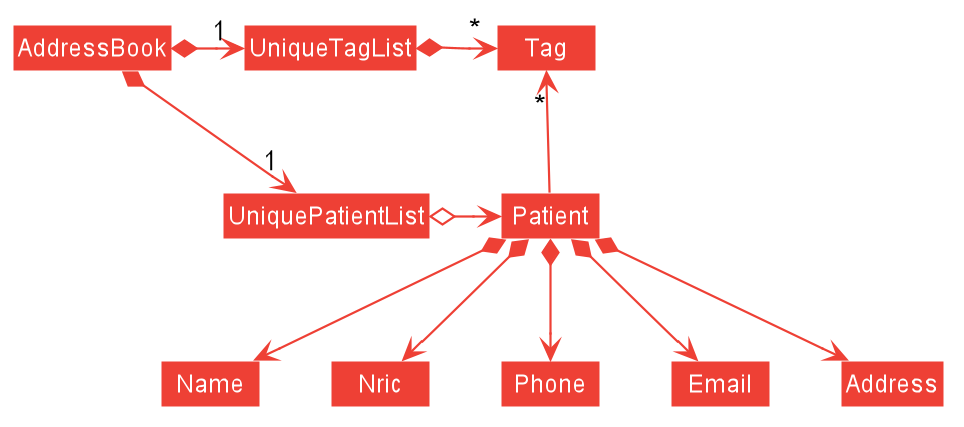
Above: docs/images/UML_Diagrams/BetterModelClassDiagram.png in nus-cs2103-AY2021S1/tp (PlantUML), before the change.
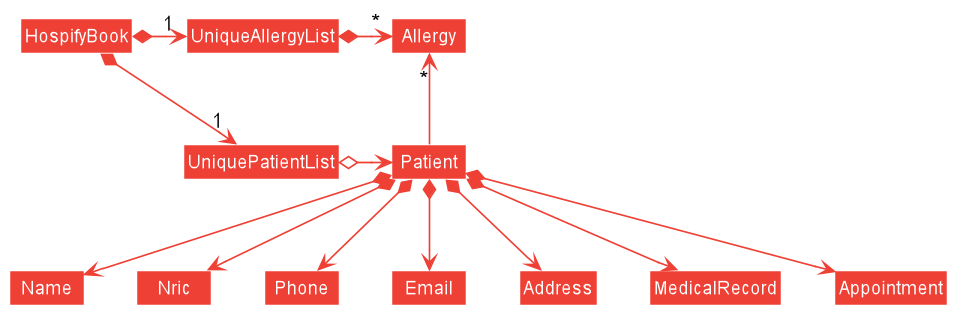
After the commit.

The edit, as a diff of the source:
```diff
@@ -51,19 +51,21 @@
 skinparam arrowColor #ee4035
 skinparam classBackgroundColor #ee4035
 
-AddressBook *-right-> "1" UniquePatientList
-AddressBook *-right-> "1" UniqueTagList
-UniqueTagList -[hidden]down- UniquePatientList
-UniqueTagList -[hidden]down- UniquePatientList
+HospifyBook *-right-> "1" UniquePatientList
+HospifyBook *-right-> "1" UniqueAllergyList
+UniqueAllergyList -[hidden]down- UniquePatientList
+UniqueAllergyList -[hidden]down- UniquePatientList
 
-UniqueTagList *-right-> "*" Tag
+UniqueAllergyList *-right-> "*" Allergy
 UniquePatientList o-right-> Patient
 
-Patient -up-> "*" Tag
+Patient -up-> "*" Allergy
 
 Patient *--> Name
 Patient *--> Nric
 Patient *--> Phone
 Patient *--> Email
 Patient *--> Address
+Patient *--> MedicalRecord
+Patient *--> Appointment
 @enduml
```
